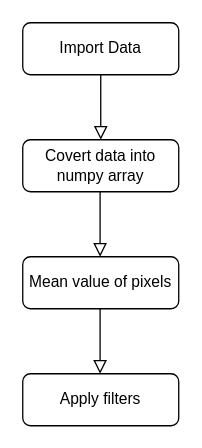
Earlier version of the draw.io diagram images/eda.drawio (ksteve28/Forget-Me-Not-Alzheimer-s-Image-Analysis-Using-A-CNN). Source tidied: cells renumbered, new cells numbered last; positions are measured from the earlier drawing's top-left corner, leaving out a move shared by most shapes. Both pictures are drawn from the tidied source at 130%, with x=0, y=0 at pixel (22, 22).
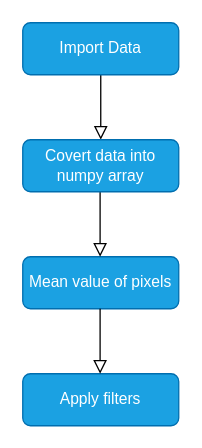
After the change.

Change to the diagram source:
```diff
@@
 <mxGraphModel>
   <root>
     <mxCell id="0" />
     <mxCell id="1" parent="0" />
     <mxCell id="2" style="rounded=0;html=1;jettySize=auto;fontSize=11;endArrow=block;endFill=0;endSize=8;strokeWidth=1;shadow=0;labelBackgroundColor=none;edgeStyle=orthogonalEdgeStyle;" parent="1" edge="1" source="3">
       <mxGeometry relative="1" as="geometry">
         <mxPoint x="60" y="90" as="targetPoint" />
       </mxGeometry>
     </mxCell>
-    <mxCell id="3" value="Import Data" style="rounded=1;whiteSpace=wrap;html=1;fontSize=12;glass=0;strokeWidth=1;shadow=0;" parent="1" vertex="1">
+    <mxCell id="3" value="Import Data" style="rounded=1;whiteSpace=wrap;html=1;fontSize=12;glass=0;strokeWidth=1;shadow=0;fillColor=#1ba1e2;strokeColor=#006EAF;fontColor=#ffffff;" parent="1" vertex="1">
       <mxGeometry width="120" height="40" as="geometry" />
     </mxCell>
-    <mxCell id="4" value="Mean value of pixels" style="rounded=1;whiteSpace=wrap;html=1;fontSize=12;glass=0;strokeWidth=1;shadow=0;" parent="1" vertex="1">
+    <mxCell id="4" value="Mean value of pixels" style="rounded=1;whiteSpace=wrap;html=1;fontSize=12;glass=0;strokeWidth=1;shadow=0;fillColor=#1ba1e2;strokeColor=#006EAF;fontColor=#ffffff;" parent="1" vertex="1">
       <mxGeometry y="180" width="120" height="40" as="geometry" />
     </mxCell>
-    <mxCell id="5" value="Apply filters" style="rounded=1;whiteSpace=wrap;html=1;fontSize=12;glass=0;strokeWidth=1;shadow=0;" parent="1" vertex="1">
+    <mxCell id="5" value="Apply filters" style="rounded=1;whiteSpace=wrap;html=1;fontSize=12;glass=0;strokeWidth=1;shadow=0;fillColor=#1ba1e2;strokeColor=#006EAF;fontColor=#ffffff;" parent="1" vertex="1">
       <mxGeometry y="270" width="120" height="40" as="geometry" />
     </mxCell>
     <mxCell id="6" style="rounded=0;html=1;jettySize=auto;orthogonalLoop=1;fontSize=11;endArrow=block;endFill=0;endSize=8;strokeWidth=1;shadow=0;labelBackgroundColor=none;edgeStyle=orthogonalEdgeStyle;" parent="1" edge="1">
       <mxGeometry relative="1" as="geometry">
         <mxPoint x="59.5" y="130" as="sourcePoint" />
         <mxPoint x="59.5" y="180" as="targetPoint" />
         <Array as="points">
           <mxPoint x="60" y="160" />
           <mxPoint x="60" y="160" />
         </Array>
       </mxGeometry>
     </mxCell>
-    <mxCell id="7" value="Covert data into numpy array" style="rounded=1;whiteSpace=wrap;html=1;fontSize=12;glass=0;strokeWidth=1;shadow=0;" parent="1" vertex="1">
+    <mxCell id="7" value="Covert data into numpy array" style="rounded=1;whiteSpace=wrap;html=1;fontSize=12;glass=0;strokeWidth=1;shadow=0;fillColor=#1ba1e2;strokeColor=#006EAF;fontColor=#ffffff;" parent="1" vertex="1">
       <mxGeometry y="90" width="120" height="40" as="geometry" />
     </mxCell>
     <mxCell id="8" style="rounded=0;html=1;jettySize=auto;orthogonalLoop=1;fontSize=11;endArrow=block;endFill=0;endSize=8;strokeWidth=1;shadow=0;labelBackgroundColor=none;edgeStyle=orthogonalEdgeStyle;" parent="1" edge="1">
       <mxGeometry relative="1" as="geometry">
         <mxPoint x="59.5" y="220" as="sourcePoint" />
         <mxPoint x="59.5" y="270" as="targetPoint" />
       </mxGeometry>
     </mxCell>
   </root>
 </mxGraphModel>
```
